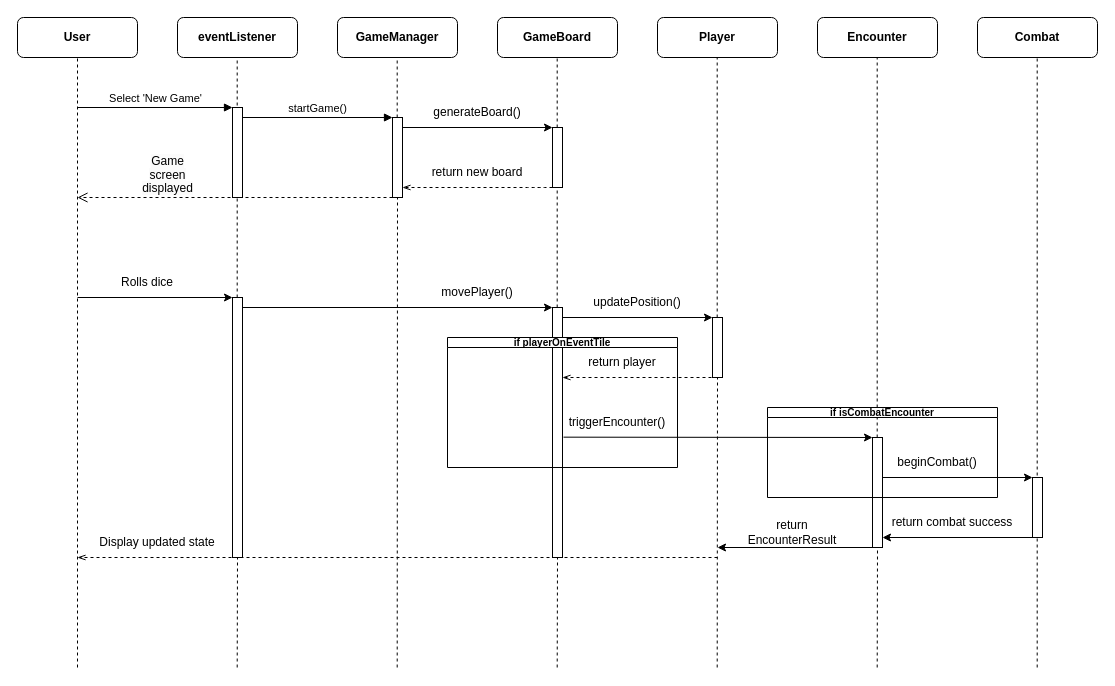
LeoAUT1/COMP602-Assignment-1 keeps this draw.io diagram as NOTCODE/sequence.drawio. Above is the earlier version. Source tidied: cells renumbered, new cells numbered last; positions are measured from the earlier drawing's top-left corner, leaving out a move shared by most shapes. Both pictures are drawn from the tidied source at 100%, with x=0, y=0 at pixel (17, 17).
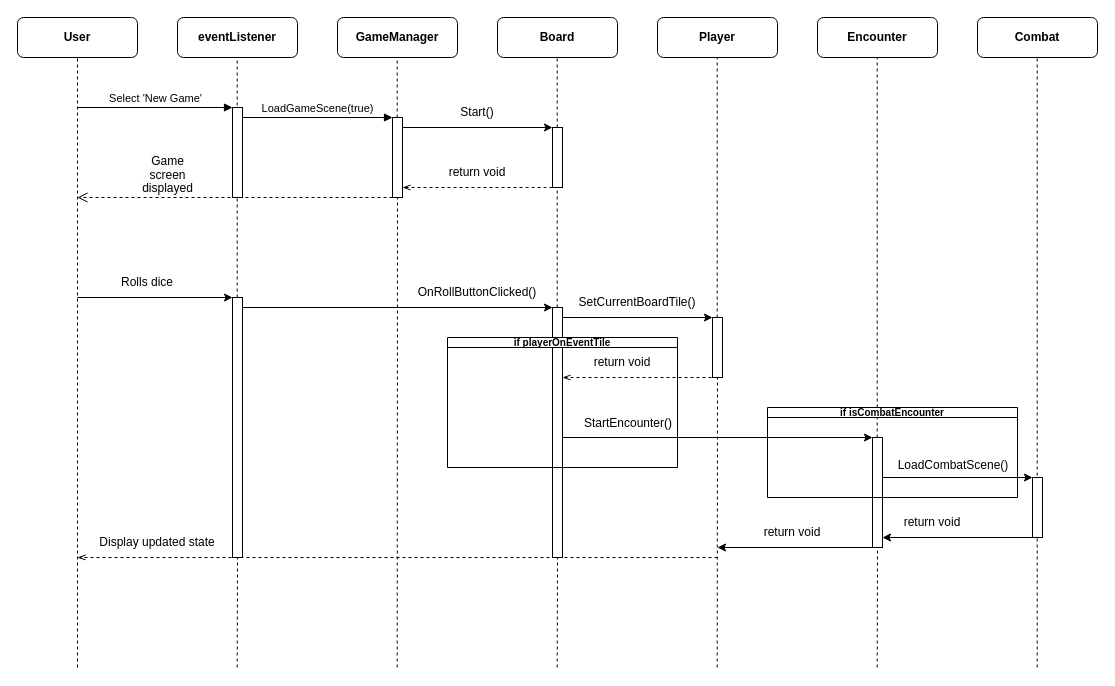
After the change.

Unchanged cells that the change refers to:
```xml
<mxCell id="33" style="html=1;points=[[0,0,0,0,5],[0,1,0,0,-5],[1,0,0,0,5],[1,1,0,0,-5]];perimeter=orthogonalPerimeter;outlineConnect=0;targetShapes=umlLifeline;portConstraint=eastwest;newEdgeStyle={&quot;curved&quot;:0,&quot;rounded&quot;:0};" parent="1" vertex="1">
  <mxGeometry x="215" y="90" width="10" height="90" as="geometry" />
</mxCell>
<mxCell id="44" style="html=1;points=[[0,0,0,0,5],[0,1,0,0,-5],[1,0,0,0,5],[1,1,0,0,-5]];perimeter=orthogonalPerimeter;outlineConnect=0;targetShapes=umlLifeline;portConstraint=eastwest;newEdgeStyle={&quot;curved&quot;:0,&quot;rounded&quot;:0};" parent="1" vertex="1">
  <mxGeometry x="535" y="290" width="10" height="250" as="geometry" />
</mxCell>
<mxCell id="45" value="&lt;font style=&quot;font-size: 10px;&quot;&gt;if player&lt;span style=&quot;background-color: transparent;&quot;&gt;OnEventTile&lt;/span&gt;&lt;/font&gt;" style="swimlane;whiteSpace=wrap;html=1;startSize=10;" parent="1" vertex="1">
  <mxGeometry x="430" y="320" width="230" height="130" as="geometry" />
</mxCell>
<mxCell id="51" style="html=1;points=[[0,0,0,0,5],[0,1,0,0,-5],[1,0,0,0,5],[1,1,0,0,-5]];perimeter=orthogonalPerimeter;outlineConnect=0;targetShapes=umlLifeline;portConstraint=eastwest;newEdgeStyle={&quot;curved&quot;:0,&quot;rounded&quot;:0};" parent="1" vertex="1">
  <mxGeometry x="855" y="420" width="10" height="110" as="geometry" />
</mxCell>
```

Diff of the diagram source:
```diff
@@
-    <mxCell id="8" value="generateBoard()" style="text;html=1;align=center;verticalAlign=middle;whiteSpace=wrap;rounded=0;" parent="1" vertex="1">
+    <mxCell id="8" value="Start()" style="text;html=1;align=center;verticalAlign=middle;whiteSpace=wrap;rounded=0;" parent="1" vertex="1">
       <mxGeometry x="400" y="80" width="120" height="30" as="geometry" />
     </mxCell>
@@
-    <mxCell id="11" value="&lt;b&gt;GameBoard&lt;/b&gt;" style="rounded=1;whiteSpace=wrap;html=1;" parent="1" vertex="1">
+    <mxCell id="11" value="&lt;b&gt;Board&lt;/b&gt;" style="rounded=1;whiteSpace=wrap;html=1;" parent="1" vertex="1">
       <mxGeometry x="480" width="120" height="40" as="geometry" />
     </mxCell>
@@
-    <mxCell id="17" value="movePlayer()" style="text;html=1;align=center;verticalAlign=middle;whiteSpace=wrap;rounded=0;" parent="1" vertex="1">
+    <mxCell id="17" value="OnRollButtonClicked()" style="text;html=1;align=center;verticalAlign=middle;whiteSpace=wrap;rounded=0;" parent="1" vertex="1">
       <mxGeometry x="400" y="260" width="120" height="30" as="geometry" />
     </mxCell>
@@
-    <mxCell id="19" value="updatePosition()" style="text;html=1;align=center;verticalAlign=middle;whiteSpace=wrap;rounded=0;" parent="1" vertex="1">
+    <mxCell id="19" value="SetCurrentBoardTile()" style="text;html=1;align=center;verticalAlign=middle;whiteSpace=wrap;rounded=0;" parent="1" vertex="1">
       <mxGeometry x="560" y="270" width="120" height="30" as="geometry" />
     </mxCell>
@@
-    <mxCell id="23" value="return new board" style="text;html=1;align=center;verticalAlign=middle;whiteSpace=wrap;rounded=0;" parent="1" vertex="1">
+    <mxCell id="23" value="return void" style="text;html=1;align=center;verticalAlign=middle;whiteSpace=wrap;rounded=0;" parent="1" vertex="1">
       <mxGeometry x="405" y="140" width="110" height="30" as="geometry" />
     </mxCell>
@@
-    <mxCell id="30" value="return combat success" style="text;html=1;align=center;verticalAlign=middle;whiteSpace=wrap;rounded=0;" parent="1" vertex="1">
-      <mxGeometry x="870" y="490" width="130" height="30" as="geometry" />
+    <mxCell id="30" value="return void" style="text;html=1;align=center;verticalAlign=middle;whiteSpace=wrap;rounded=0;" parent="1" vertex="1">
+      <mxGeometry x="850" y="490" width="130" height="30" as="geometry" />
     </mxCell>
@@
-    <mxCell id="32" value="return EncounterResult" style="text;html=1;align=center;verticalAlign=middle;whiteSpace=wrap;rounded=0;" parent="1" vertex="1">
+    <mxCell id="32" value="return void" style="text;html=1;align=center;verticalAlign=middle;whiteSpace=wrap;rounded=0;" parent="1" vertex="1">
       <mxGeometry x="720" y="500" width="110" height="30" as="geometry" />
     </mxCell>
@@
-    <mxCell id="38" value="startGame()" style="html=1;verticalAlign=bottom;endArrow=block;curved=0;rounded=0;" parent="1" edge="1" source="33">
+    <mxCell id="38" value="LoadGameScene(true)" style="html=1;verticalAlign=bottom;endArrow=block;curved=0;rounded=0;" parent="1" edge="1" source="33">
       <mxGeometry relative="1" as="geometry">
         <mxPoint x="375" y="100" as="targetPoint" />
       </mxGeometry>
     </mxCell>
@@
-    <mxCell id="46" value="return player" style="text;html=1;align=center;verticalAlign=middle;whiteSpace=wrap;rounded=0;" parent="45" vertex="1">
+    <mxCell id="46" value="return void" style="text;html=1;align=center;verticalAlign=middle;whiteSpace=wrap;rounded=0;" parent="45" vertex="1">
       <mxGeometry x="120" y="10" width="110" height="30" as="geometry" />
     </mxCell>
-    <mxCell id="47" value="triggerEncounter()" style="text;html=1;align=center;verticalAlign=middle;whiteSpace=wrap;rounded=0;" parent="45" vertex="1">
-      <mxGeometry x="110" y="70" width="120" height="30" as="geometry" />
+    <mxCell id="47" value="StartEncounter()" style="text;html=1;align=center;verticalAlign=middle;whiteSpace=wrap;rounded=0;" parent="45" vertex="1">
+      <mxGeometry x="121" y="71" width="120" height="30" as="geometry" />
     </mxCell>
@@
-    <mxCell id="52" style="endArrow=classic;html=1;exitX=0.05;exitY=0.989;exitDx=0;exitDy=0;exitPerimeter=0;" parent="1" edge="1" source="47" target="51">
+    <mxCell id="52" style="endArrow=classic;html=1;" parent="1" edge="1" source="44" target="51">
       <mxGeometry relative="1" as="geometry" />
     </mxCell>
@@
     <mxCell id="54" value="&lt;span style=&quot;font-size: 10px;&quot;&gt;if isCombatEncounter&lt;/span&gt;" style="swimlane;whiteSpace=wrap;html=1;startSize=10;" parent="1" vertex="1">
-      <mxGeometry x="750" y="390" width="230" height="90" as="geometry" />
+      <mxGeometry x="750" y="390" width="250" height="90" as="geometry" />
     </mxCell>
-    <mxCell id="55" value="beginCombat()" style="text;html=1;align=center;verticalAlign=middle;whiteSpace=wrap;rounded=0;" parent="54" vertex="1">
-      <mxGeometry x="110" y="40" width="120" height="30" as="geometry" />
+    <mxCell id="55" value="LoadCombatScene()" style="text;html=1;align=center;verticalAlign=middle;whiteSpace=wrap;rounded=0;" parent="54" vertex="1">
+      <mxGeometry x="126" y="43" width="120" height="30" as="geometry" />
     </mxCell>
```
